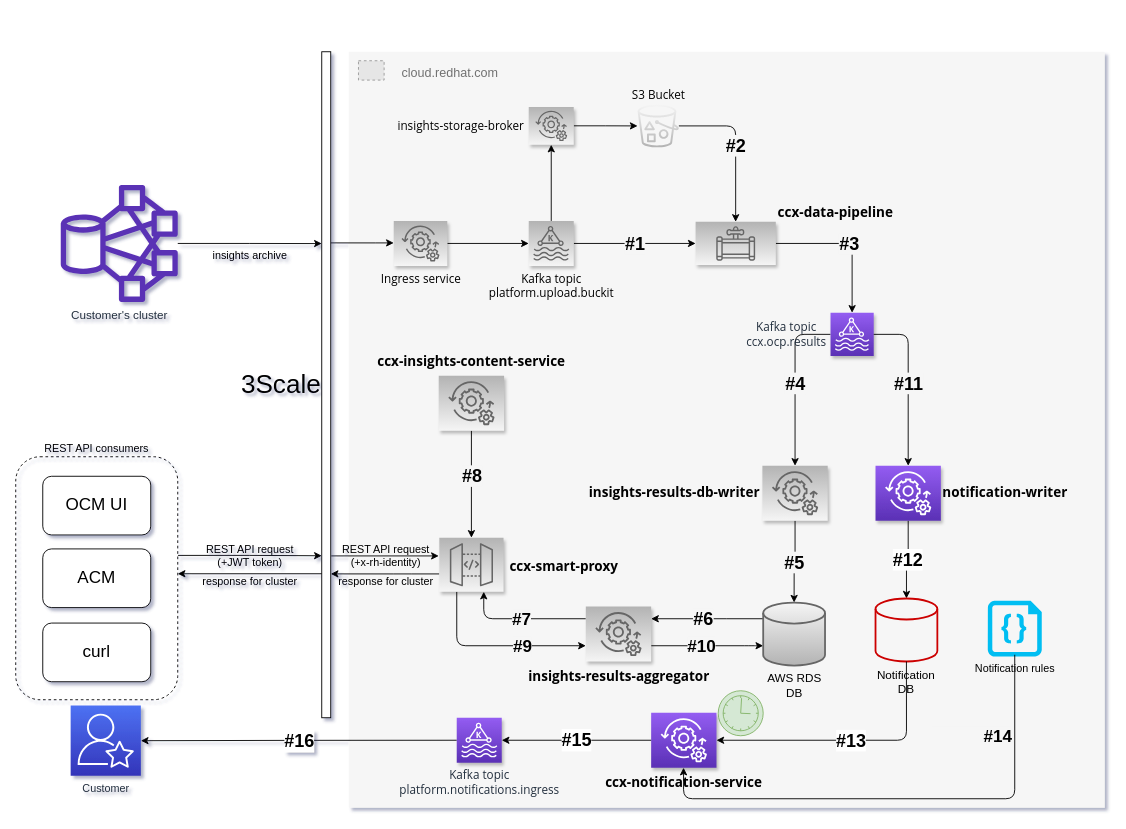
Before: demos/notification-service/notification-service2.drawio in RedHatInsights/dvo-extractor, a draw.io diagram. Source tidied: cells renumbered, new cells numbered last; positions are measured from the earlier drawing's top-left corner, leaving out a move shared by most shapes. Both pictures are drawn from the tidied source at 90%, with x=0, y=0 at pixel (15, 15). Pictures stored in the file or linked from it are replaced by grey dashed boxes.
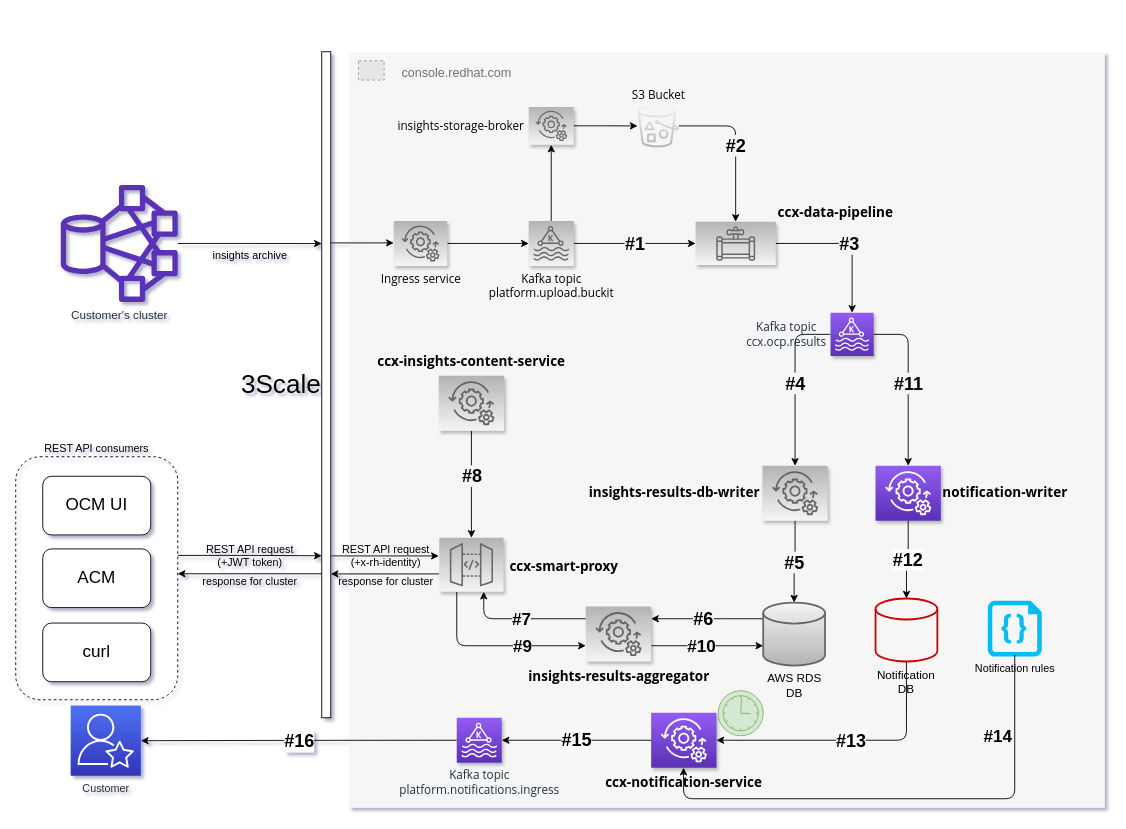
The same page after the edit.

What changed in the source:
```diff
@@
-    <mxCell id="2" value="cloud.redhat.com&lt;br&gt;" style="fillColor=#F6F6F6;strokeColor=none;shadow=0;gradientColor=none;fontSize=14;align=left;spacing=10;fontColor=#717171;9E9E9E;verticalAlign=top;spacingTop=0;fontStyle=0;spacingLeft=49;html=1;rounded=0;" parent="1" vertex="1">
+    <mxCell id="2" value="console.redhat.com" style="fillColor=#F6F6F6;strokeColor=none;shadow=0;gradientColor=none;fontSize=14;align=left;spacing=10;fontColor=#717171;9E9E9E;verticalAlign=top;spacingTop=0;fontStyle=0;spacingLeft=49;html=1;rounded=0;" parent="1" vertex="1">
       <mxGeometry x="370" y="40" width="840" height="840" as="geometry" />
     </mxCell>
```
